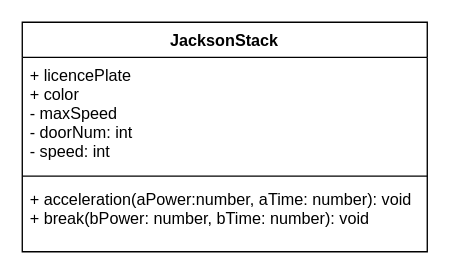
Earlier version of the draw.io diagram Drawio/ClassDiagram.drawio (JacksonNaufal/ics4u-unit2-05-typescript). Source tidied: cells renumbered, new cells numbered last; positions are measured from the earlier drawing's top-left corner, leaving out a move shared by most shapes. Both pictures are drawn from the tidied source at 135%, with x=0, y=0 at pixel (22, 22).
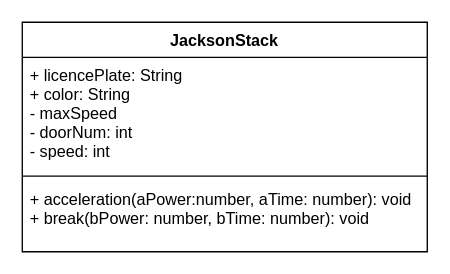
The same page after the edit.

Change to the diagram source:
```diff
@@
 <mxGraphModel>
   <root>
     <mxCell id="0" />
     <mxCell id="1" parent="0" />
     <mxCell id="2" value="JacksonStack" style="swimlane;fontStyle=1;align=center;verticalAlign=top;horizontal=1;startSize=26;" parent="1" vertex="1">
       <mxGeometry width="300" height="170" as="geometry" />
     </mxCell>
-    <mxCell id="3" value="+ licencePlate&#10;+ color&#10;- maxSpeed&#10;- doorNum: int&#10;- speed: int" style="text;strokeColor=none;fillColor=none;align=left;verticalAlign=top;spacingLeft=4;spacingRight=4;overflow=hidden;" parent="2" vertex="1">
+    <mxCell id="3" value="+ licencePlate: String&#10;+ color: String&#10;- maxSpeed&#10;- doorNum: int&#10;- speed: int" style="text;strokeColor=none;fillColor=none;align=left;verticalAlign=top;spacingLeft=4;spacingRight=4;overflow=hidden;" parent="2" vertex="1">
       <mxGeometry y="26" width="300" height="84" as="geometry" />
     </mxCell>
     <mxCell id="4" style="line;strokeWidth=1;fillColor=none;align=left;verticalAlign=middle;spacingTop=-1;spacingLeft=3;spacingRight=3;labelPosition=right;" parent="2" vertex="1">
       <mxGeometry y="110" width="300" height="8" as="geometry" />
     </mxCell>
     <mxCell id="5" value="+ acceleration(aPower:number, aTime: number): void&#10;+ break(bPower: number, bTime: number): void" style="text;strokeColor=none;fillColor=none;align=left;verticalAlign=top;spacingLeft=4;spacingRight=4;overflow=hidden;" parent="2" vertex="1">
       <mxGeometry y="118" width="300" height="52" as="geometry" />
     </mxCell>
   </root>
 </mxGraphModel>
```
